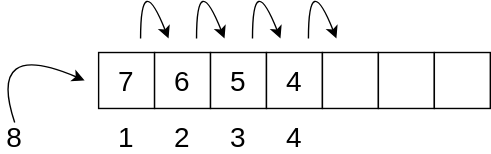
RamseyNjire/coding-challenges-solved-and-explained keeps this draw.io diagram as Explainers/ArrayAddMiddle.svg. Above is the earlier version. Source tidied: cells renumbered, new cells last; positions are measured from the earlier drawing's top-left corner, leaving out a move shared by most shapes. The source it was exported from:
```xml
<mxGraphModel>
  <root>
    <mxCell id="0" />
    <mxCell id="1" parent="0" />
    <mxCell id="2" style="whiteSpace=wrap;html=1;" parent="1" vertex="1">
      <mxGeometry x="80" y="60" width="40" height="40" as="geometry" />
    </mxCell>
    <mxCell id="3" style="whiteSpace=wrap;html=1;" parent="1" vertex="1">
      <mxGeometry x="120" y="60" width="40" height="40" as="geometry" />
    </mxCell>
    <mxCell id="4" style="whiteSpace=wrap;html=1;" parent="1" vertex="1">
      <mxGeometry x="160" y="60" width="40" height="40" as="geometry" />
    </mxCell>
    <mxCell id="5" style="whiteSpace=wrap;html=1;" parent="1" vertex="1">
      <mxGeometry x="200" y="60" width="40" height="40" as="geometry" />
    </mxCell>
    <mxCell id="6" style="whiteSpace=wrap;html=1;" parent="1" vertex="1">
      <mxGeometry x="240" y="60" width="40" height="40" as="geometry" />
    </mxCell>
    <mxCell id="7" style="whiteSpace=wrap;html=1;" parent="1" vertex="1">
      <mxGeometry x="280" y="60" width="40" height="40" as="geometry" />
    </mxCell>
    <mxCell id="8" value="7" style="text;html=1;strokeColor=none;fillColor=none;align=center;verticalAlign=middle;whiteSpace=wrap;rounded=0;fontSize=20;" parent="1" vertex="1">
      <mxGeometry x="90" y="70" width="20" height="20" as="geometry" />
    </mxCell>
    <mxCell id="9" style="whiteSpace=wrap;html=1;" parent="1" vertex="1">
      <mxGeometry x="320" y="60" width="40" height="40" as="geometry" />
    </mxCell>
    <mxCell id="10" value="6" style="text;html=1;strokeColor=none;fillColor=none;align=center;verticalAlign=middle;whiteSpace=wrap;rounded=0;fontSize=20;" parent="1" vertex="1">
      <mxGeometry x="130" y="70" width="20" height="20" as="geometry" />
    </mxCell>
    <mxCell id="11" value="5" style="text;html=1;strokeColor=none;fillColor=none;align=center;verticalAlign=middle;whiteSpace=wrap;rounded=0;fontSize=20;" parent="1" vertex="1">
      <mxGeometry x="170" y="70" width="20" height="20" as="geometry" />
    </mxCell>
    <mxCell id="12" value="4" style="text;html=1;strokeColor=none;fillColor=none;align=center;verticalAlign=middle;whiteSpace=wrap;rounded=0;fontSize=20;" parent="1" vertex="1">
      <mxGeometry x="210" y="70" width="20" height="20" as="geometry" />
    </mxCell>
    <mxCell id="13" style="curved=1;endArrow=classic;html=1;" parent="1" edge="1">
      <mxGeometry relative="1" as="geometry">
        <mxPoint x="110" y="50" as="sourcePoint" />
        <mxPoint x="130" y="50" as="targetPoint" />
        <Array as="points">
          <mxPoint x="110" />
        </Array>
      </mxGeometry>
    </mxCell>
    <mxCell id="14" value="1" style="text;html=1;strokeColor=none;fillColor=none;align=center;verticalAlign=middle;whiteSpace=wrap;rounded=0;fontSize=20;" parent="1" vertex="1">
      <mxGeometry x="90" y="110" width="20" height="20" as="geometry" />
    </mxCell>
    <mxCell id="15" value="2" style="text;html=1;strokeColor=none;fillColor=none;align=center;verticalAlign=middle;whiteSpace=wrap;rounded=0;fontSize=20;" parent="1" vertex="1">
      <mxGeometry x="130" y="110" width="20" height="20" as="geometry" />
    </mxCell>
    <mxCell id="16" value="3" style="text;html=1;strokeColor=none;fillColor=none;align=center;verticalAlign=middle;whiteSpace=wrap;rounded=0;fontSize=20;" parent="1" vertex="1">
      <mxGeometry x="170" y="110" width="20" height="20" as="geometry" />
    </mxCell>
    <mxCell id="17" value="4" style="text;html=1;strokeColor=none;fillColor=none;align=center;verticalAlign=middle;whiteSpace=wrap;rounded=0;fontSize=20;" parent="1" vertex="1">
      <mxGeometry x="210" y="110" width="20" height="20" as="geometry" />
    </mxCell>
    <mxCell id="18" value="8" style="text;html=1;strokeColor=none;fillColor=none;align=center;verticalAlign=middle;whiteSpace=wrap;rounded=0;fontSize=20;" parent="1" vertex="1">
      <mxGeometry x="10" y="110" width="20" height="20" as="geometry" />
    </mxCell>
    <mxCell id="19" style="curved=1;endArrow=classic;html=1;exitX=0.5;exitY=0;exitDx=0;exitDy=0;" parent="1" edge="1" source="18">
      <mxGeometry relative="1" as="geometry">
        <mxPoint x="70" y="80" as="targetPoint" />
        <Array as="points">
          <mxPoint y="50" />
        </Array>
      </mxGeometry>
    </mxCell>
    <mxCell id="20" style="curved=1;endArrow=classic;html=1;" parent="1" edge="1">
      <mxGeometry relative="1" as="geometry">
        <mxPoint x="150" y="50" as="sourcePoint" />
        <mxPoint x="170" y="50" as="targetPoint" />
        <Array as="points">
          <mxPoint x="150" />
        </Array>
      </mxGeometry>
    </mxCell>
    <mxCell id="21" style="curved=1;endArrow=classic;html=1;" parent="1" edge="1">
      <mxGeometry relative="1" as="geometry">
        <mxPoint x="190" y="50" as="sourcePoint" />
        <mxPoint x="210" y="50" as="targetPoint" />
        <Array as="points">
          <mxPoint x="190" />
        </Array>
      </mxGeometry>
    </mxCell>
    <mxCell id="22" style="curved=1;endArrow=classic;html=1;" parent="1" edge="1">
      <mxGeometry relative="1" as="geometry">
        <mxPoint x="230" y="50" as="sourcePoint" />
        <mxPoint x="250" y="50" as="targetPoint" />
        <Array as="points">
          <mxPoint x="230" />
        </Array>
      </mxGeometry>
    </mxCell>
  </root>
</mxGraphModel>
```
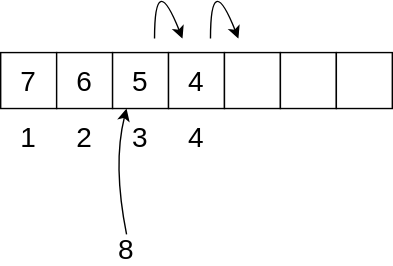
After the commit.

Change to the diagram source:
```diff
@@ -35,15 +35,6 @@
     <mxCell id="12" value="4" style="text;html=1;strokeColor=none;fillColor=none;align=center;verticalAlign=middle;whiteSpace=wrap;rounded=0;fontSize=20;" parent="1" vertex="1">
       <mxGeometry x="210" y="70" width="20" height="20" as="geometry" />
     </mxCell>
-    <mxCell id="13" style="curved=1;endArrow=classic;html=1;" parent="1" edge="1">
-      <mxGeometry relative="1" as="geometry">
-        <mxPoint x="110" y="50" as="sourcePoint" />
-        <mxPoint x="130" y="50" as="targetPoint" />
-        <Array as="points">
-          <mxPoint x="110" />
-        </Array>
-      </mxGeometry>
-    </mxCell>
     <mxCell id="14" value="1" style="text;html=1;strokeColor=none;fillColor=none;align=center;verticalAlign=middle;whiteSpace=wrap;rounded=0;fontSize=20;" parent="1" vertex="1">
       <mxGeometry x="90" y="110" width="20" height="20" as="geometry" />
     </mxCell>
@@ -57,25 +48,16 @@
       <mxGeometry x="210" y="110" width="20" height="20" as="geometry" />
     </mxCell>
     <mxCell id="18" value="8" style="text;html=1;strokeColor=none;fillColor=none;align=center;verticalAlign=middle;whiteSpace=wrap;rounded=0;fontSize=20;" parent="1" vertex="1">
-      <mxGeometry x="10" y="110" width="20" height="20" as="geometry" />
+      <mxGeometry x="160" y="190" width="20" height="20" as="geometry" />
     </mxCell>
-    <mxCell id="19" style="curved=1;endArrow=classic;html=1;exitX=0.5;exitY=0;exitDx=0;exitDy=0;" parent="1" edge="1" source="18">
+    <mxCell id="19" style="curved=1;endArrow=classic;html=1;entryX=0.25;entryY=1;entryDx=0;entryDy=0;" parent="1" edge="1" target="4">
       <mxGeometry relative="1" as="geometry">
-        <mxPoint x="70" y="80" as="targetPoint" />
+        <mxPoint x="170" y="190" as="sourcePoint" />
         <Array as="points">
-          <mxPoint y="50" />
+          <mxPoint x="160" y="140" />
         </Array>
       </mxGeometry>
     </mxCell>
-    <mxCell id="20" style="curved=1;endArrow=classic;html=1;" parent="1" edge="1">
-      <mxGeometry relative="1" as="geometry">
-        <mxPoint x="150" y="50" as="sourcePoint" />
-        <mxPoint x="170" y="50" as="targetPoint" />
-        <Array as="points">
-          <mxPoint x="150" />
-        </Array>
-      </mxGeometry>
-    </mxCell>
     <mxCell id="21" style="curved=1;endArrow=classic;html=1;" parent="1" edge="1">
       <mxGeometry relative="1" as="geometry">
         <mxPoint x="190" y="50" as="sourcePoint" />
```
